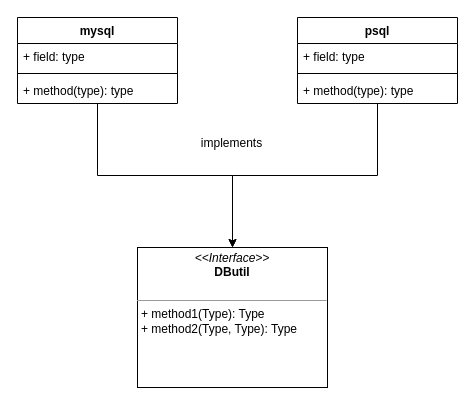
This is db-go.drawio from zukigit/design_structures, a draw.io file, before an edit. Source tidied: cells renumbered, new cells numbered last; positions are measured from the earlier drawing's top-left corner, leaving out a move shared by most shapes. Both pictures are drawn from the tidied source at 100%, with x=0, y=0 at pixel (17, 17).
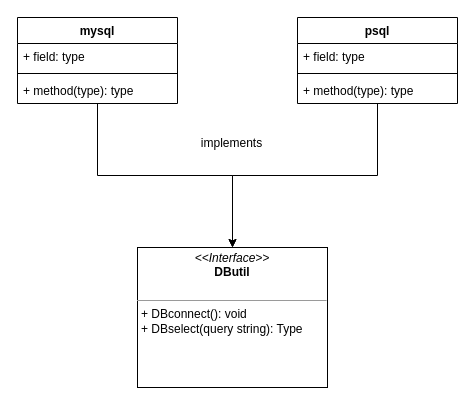
After the change.

Diff of the diagram source:
```diff
@@
 <mxGraphModel>
   <root>
     <mxCell id="0" />
     <mxCell id="1" parent="0" />
     <mxCell id="2" style="edgeStyle=orthogonalEdgeStyle;rounded=0;jettySize=auto;html=1;entryX=0.5;entryY=0;entryDx=0;entryDy=0;" parent="1" edge="1" source="3" target="12">
       <mxGeometry relative="1" as="geometry" />
     </mxCell>
     <mxCell id="3" value="mysql" style="swimlane;fontStyle=1;align=center;verticalAlign=top;horizontal=1;startSize=26;whiteSpace=wrap;html=1;" parent="1" vertex="1">
       <mxGeometry width="160" height="86" as="geometry" />
     </mxCell>
     <mxCell id="4" value="+ field: type" style="text;strokeColor=none;fillColor=none;align=left;verticalAlign=top;spacingLeft=4;spacingRight=4;overflow=hidden;whiteSpace=wrap;html=1;" parent="3" vertex="1">
       <mxGeometry y="26" width="160" height="26" as="geometry" />
     </mxCell>
     <mxCell id="5" style="line;strokeWidth=1;fillColor=none;align=left;verticalAlign=middle;spacingTop=-1;spacingLeft=3;spacingRight=3;labelPosition=right;strokeColor=inherit;" parent="3" vertex="1">
       <mxGeometry y="52" width="160" height="8" as="geometry" />
     </mxCell>
     <mxCell id="6" value="+ method(type): type" style="text;strokeColor=none;fillColor=none;align=left;verticalAlign=top;spacingLeft=4;spacingRight=4;overflow=hidden;whiteSpace=wrap;html=1;" parent="3" vertex="1">
       <mxGeometry y="60" width="160" height="26" as="geometry" />
     </mxCell>
     <mxCell id="7" style="edgeStyle=orthogonalEdgeStyle;rounded=0;jettySize=auto;html=1;entryX=0.5;entryY=0;entryDx=0;entryDy=0;" parent="1" edge="1" source="8" target="12">
       <mxGeometry relative="1" as="geometry" />
     </mxCell>
     <mxCell id="8" value="&lt;div&gt;psql&lt;/div&gt;&lt;div&gt;&lt;br&gt;&lt;/div&gt;" style="swimlane;fontStyle=1;align=center;verticalAlign=top;horizontal=1;startSize=26;whiteSpace=wrap;html=1;" parent="1" vertex="1">
       <mxGeometry x="280" width="160" height="86" as="geometry" />
     </mxCell>
     <mxCell id="9" value="+ field: type" style="text;strokeColor=none;fillColor=none;align=left;verticalAlign=top;spacingLeft=4;spacingRight=4;overflow=hidden;whiteSpace=wrap;html=1;" parent="8" vertex="1">
       <mxGeometry y="26" width="160" height="26" as="geometry" />
     </mxCell>
     <mxCell id="10" style="line;strokeWidth=1;fillColor=none;align=left;verticalAlign=middle;spacingTop=-1;spacingLeft=3;spacingRight=3;labelPosition=right;strokeColor=inherit;" parent="8" vertex="1">
       <mxGeometry y="52" width="160" height="8" as="geometry" />
     </mxCell>
     <mxCell id="11" value="+ method(type): type" style="text;strokeColor=none;fillColor=none;align=left;verticalAlign=top;spacingLeft=4;spacingRight=4;overflow=hidden;whiteSpace=wrap;html=1;" parent="8" vertex="1">
       <mxGeometry y="60" width="160" height="26" as="geometry" />
     </mxCell>
-    <mxCell id="12" value="&lt;p style=&quot;margin:0px;margin-top:4px;text-align:center;&quot;&gt;&lt;i&gt;&amp;lt;&amp;lt;Interface&amp;gt;&amp;gt;&lt;/i&gt;&lt;br&gt;&lt;b&gt;DButil&lt;/b&gt;&lt;/p&gt;&lt;br&gt;&lt;hr size=&quot;1&quot;&gt;&lt;p style=&quot;margin:0px;margin-left:4px;&quot;&gt;+ method1(Type): Type&lt;br&gt;+ method2(Type, Type): Type&lt;/p&gt;" style="verticalAlign=top;align=left;overflow=fill;fontSize=12;fontFamily=Helvetica;html=1;whiteSpace=wrap;" parent="1" vertex="1">
+    <mxCell id="12" value="&lt;p style=&quot;margin:0px;margin-top:4px;text-align:center;&quot;&gt;&lt;i&gt;&amp;lt;&amp;lt;Interface&amp;gt;&amp;gt;&lt;/i&gt;&lt;br&gt;&lt;b&gt;DButil&lt;/b&gt;&lt;/p&gt;&lt;br&gt;&lt;hr size=&quot;1&quot;&gt;&lt;p style=&quot;margin:0px;margin-left:4px;&quot;&gt;+ DBconnect(): void&lt;br&gt;+ DBselect(query string): Type&lt;/p&gt;" style="verticalAlign=top;align=left;overflow=fill;fontSize=12;fontFamily=Helvetica;html=1;whiteSpace=wrap;" parent="1" vertex="1">
       <mxGeometry x="120" y="230" width="190" height="140" as="geometry" />
     </mxCell>
     <mxCell id="13" value="&lt;div&gt;implements&lt;/div&gt;&lt;div&gt;&lt;br&gt;&lt;/div&gt;" style="text;html=1;align=center;verticalAlign=middle;strokeColor=none;fillColor=none;" parent="1" vertex="1">
       <mxGeometry x="174" y="113" width="80" height="40" as="geometry" />
     </mxCell>
   </root>
 </mxGraphModel>
```
